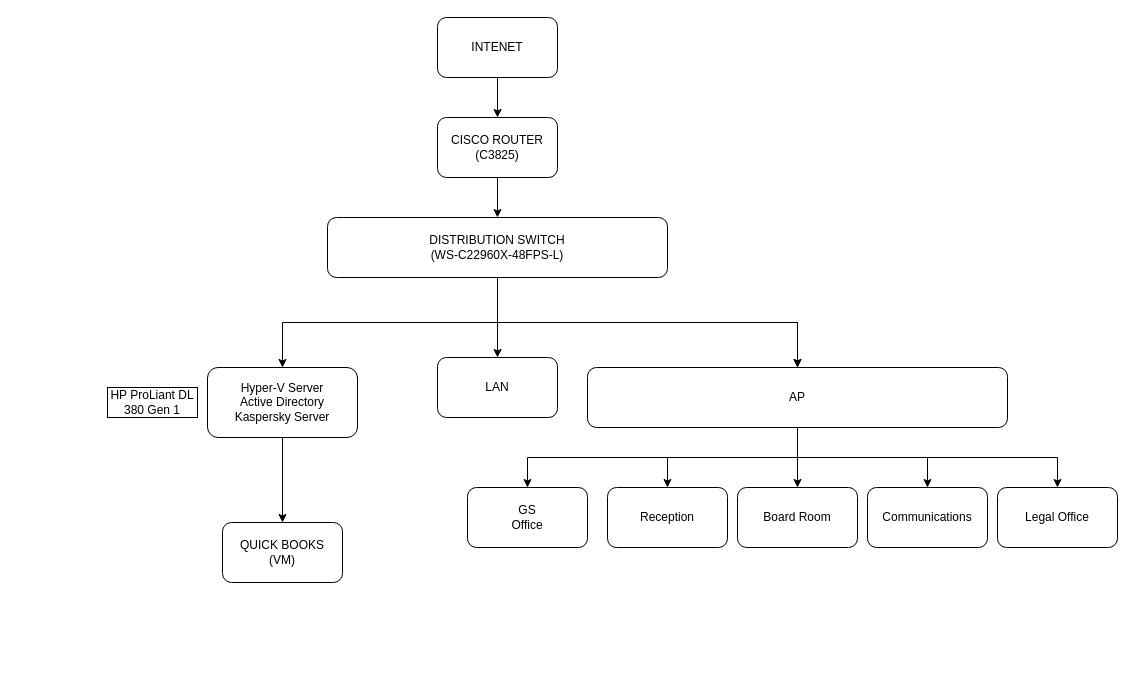
Above: UNATU.drawio in alabyekkubo-ssuubi-brian/Automation-Projects (draw.io), before the change. Source tidied: cells renumbered, new cells numbered last; positions are measured from the earlier drawing's top-left corner, leaving out a move shared by most shapes. Both pictures are drawn from the tidied source at 100%, with x=0, y=0 at pixel (107, 17).
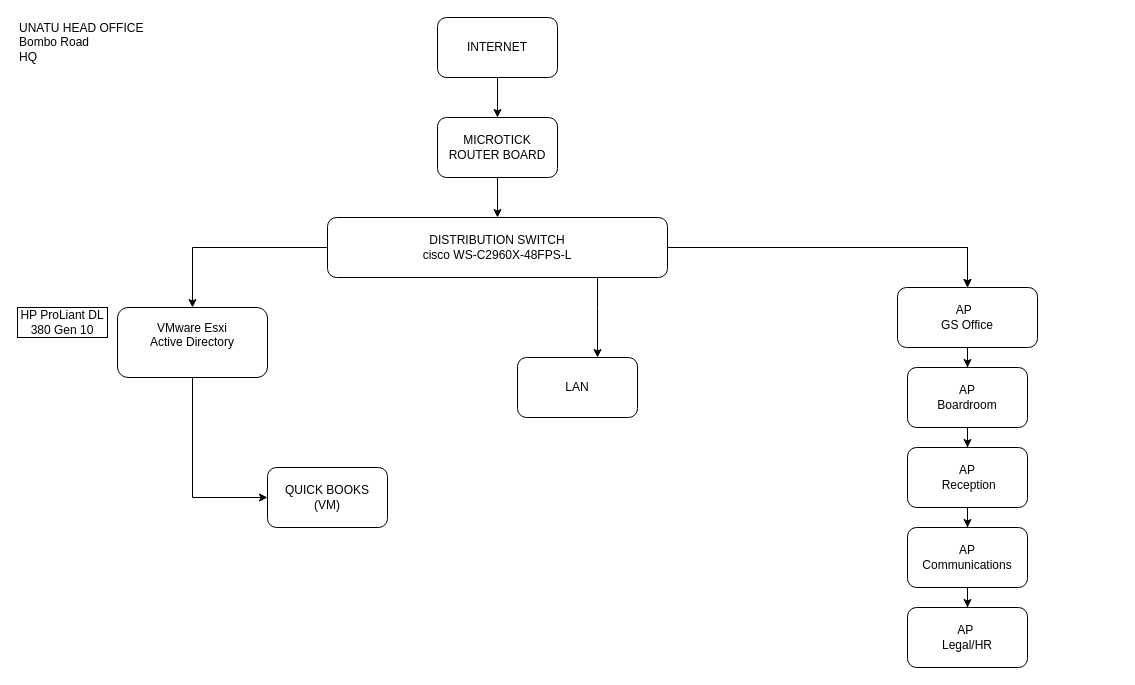
The same diagram, later.

Diff of the diagram source:
```diff
@@
-    <mxCell id="3" value="INTENET" style="rounded=1;whiteSpace=wrap;html=1;shadow=0;fillColor=light-dark(#FFFFFF,#FFFFFF);fontColor=light-dark(#000000,#000000);labelBackgroundColor=light-dark(#FFFFFF,#FFFFFF);strokeColor=light-dark(#000000,#000000);" parent="1" vertex="1">
+    <mxCell id="3" value="INTERNET" style="rounded=1;whiteSpace=wrap;html=1;shadow=0;fillColor=light-dark(#FFFFFF,#FFFFFF);fontColor=light-dark(#000000,#000000);labelBackgroundColor=light-dark(#FFFFFF,#FFFFFF);strokeColor=light-dark(#000000,#000000);" parent="1" vertex="1">
       <mxGeometry x="330" width="120" height="60" as="geometry" />
     </mxCell>
@@
-    <mxCell id="5" value="CISCO ROUTER&lt;div&gt;(C3825)&lt;/div&gt;" style="whiteSpace=wrap;html=1;rounded=1;shadow=0;fontColor=light-dark(#000000,#000000);labelBackgroundColor=light-dark(#FFFFFF,#FFFFFF);strokeColor=light-dark(#000000,#000000);fillColor=light-dark(#FFFFFF,#FFFFFF);" parent="1" vertex="1">
+    <mxCell id="5" value="MICROTICK&lt;div&gt;ROUTER BOARD&lt;/div&gt;" style="whiteSpace=wrap;html=1;rounded=1;shadow=0;fontColor=light-dark(#000000,#000000);labelBackgroundColor=light-dark(#FFFFFF,#FFFFFF);strokeColor=light-dark(#000000,#000000);fillColor=light-dark(#FFFFFF,#FFFFFF);" parent="1" vertex="1">
       <mxGeometry x="330" y="100" width="120" height="60" as="geometry" />
     </mxCell>
@@
-    <mxCell id="9" style="edgeStyle=orthogonalEdgeStyle;rounded=0;jettySize=auto;html=1;shadow=0;fontColor=light-dark(#000000,#000000);labelBackgroundColor=light-dark(#FFFFFF,#FFFFFF);strokeColor=light-dark(#000000,#000000);" parent="1" edge="1" source="10" target="19">
-      <mxGeometry relative="1" as="geometry" />
+    <mxCell id="9" style="edgeStyle=orthogonalEdgeStyle;rounded=0;jettySize=auto;html=1;" parent="1" edge="1" source="10" target="19">
+      <mxGeometry relative="1" as="geometry">
+        <Array as="points">
+          <mxPoint x="490" y="290" />
+          <mxPoint x="490" y="290" />
+        </Array>
+      </mxGeometry>
     </mxCell>
-    <mxCell id="10" value="DISTRIBUTION SWITCH&lt;div&gt;(WS-C22960X-48FPS-L)&lt;/div&gt;" style="whiteSpace=wrap;html=1;rounded=1;shadow=0;fontColor=light-dark(#000000,#000000);labelBackgroundColor=light-dark(#FFFFFF,#FFFFFF);strokeColor=light-dark(#000000,#000000);fillColor=light-dark(#FFFFFF,#FFFFFF);" parent="1" vertex="1">
+    <mxCell id="10" value="DISTRIBUTION SWITCH&lt;div&gt;cisco WS-C2960X-48FPS-L&lt;/div&gt;" style="whiteSpace=wrap;html=1;rounded=1;shadow=0;fontColor=light-dark(#000000,#000000);labelBackgroundColor=light-dark(#FFFFFF,#FFFFFF);strokeColor=light-dark(#000000,#000000);fillColor=light-dark(#FFFFFF,#FFFFFF);" parent="1" vertex="1">
       <mxGeometry x="220" y="200" width="340" height="60" as="geometry" />
     </mxCell>
     <mxCell id="11" style="edgeStyle=orthogonalEdgeStyle;rounded=0;jettySize=auto;html=1;shadow=0;fontColor=light-dark(#000000,#000000);labelBackgroundColor=light-dark(#FFFFFF,#FFFFFF);strokeColor=light-dark(#000000,#000000);" parent="1" edge="1" source="12" target="20">
-      <mxGeometry relative="1" as="geometry" />
+      <mxGeometry relative="1" as="geometry">
+        <Array as="points">
+          <mxPoint x="85" y="480" />
+        </Array>
+      </mxGeometry>
     </mxCell>
-    <mxCell id="12" value="Hyper-V Server&lt;div&gt;Active Directory&lt;/div&gt;&lt;div&gt;Kaspersky Server&lt;/div&gt;" style="whiteSpace=wrap;html=1;rounded=1;shadow=0;fontColor=light-dark(#000000,#000000);labelBackgroundColor=light-dark(#FFFFFF,#FFFFFF);strokeColor=light-dark(#000000,#000000);fillColor=light-dark(#FFFFFF,#FFFFFF);" parent="1" vertex="1">
-      <mxGeometry x="100" y="350" width="150" height="70" as="geometry" />
+    <mxCell id="12" value="VMware Esxi&lt;div&gt;Active Directory&lt;/div&gt;&lt;div&gt;&lt;br&gt;&lt;/div&gt;" style="whiteSpace=wrap;html=1;rounded=1;shadow=0;fontColor=light-dark(#000000,#000000);labelBackgroundColor=light-dark(#FFFFFF,#FFFFFF);strokeColor=light-dark(#000000,#000000);fillColor=light-dark(#FFFFFF,#FFFFFF);" parent="1" vertex="1">
+      <mxGeometry x="10" y="290" width="150" height="70" as="geometry" />
     </mxCell>
-    <mxCell id="13" style="edgeStyle=orthogonalEdgeStyle;rounded=0;jettySize=auto;html=1;shadow=0;fontColor=light-dark(#000000,#000000);labelBackgroundColor=light-dark(#FFFFFF,#FFFFFF);strokeColor=light-dark(#000000,#000000);" parent="1" edge="1" source="18" target="22">
-      <mxGeometry relative="1" as="geometry" />
-    </mxCell>
-    <mxCell id="14" style="edgeStyle=orthogonalEdgeStyle;rounded=0;jettySize=auto;html=1;shadow=0;fontColor=light-dark(#000000,#000000);labelBackgroundColor=light-dark(#FFFFFF,#FFFFFF);strokeColor=light-dark(#000000,#000000);" parent="1" edge="1" source="18" target="23">
-      <mxGeometry relative="1" as="geometry" />
-    </mxCell>
-    <mxCell id="15" style="edgeStyle=orthogonalEdgeStyle;rounded=0;jettySize=auto;html=1;shadow=0;fontColor=light-dark(#000000,#000000);labelBackgroundColor=light-dark(#FFFFFF,#FFFFFF);strokeColor=light-dark(#000000,#000000);" parent="1" edge="1" source="18" target="24">
-      <mxGeometry relative="1" as="geometry" />
-    </mxCell>
-    <mxCell id="16" style="edgeStyle=orthogonalEdgeStyle;rounded=0;jettySize=auto;html=1;shadow=0;fontColor=light-dark(#000000,#000000);labelBackgroundColor=light-dark(#FFFFFF,#FFFFFF);strokeColor=light-dark(#000000,#000000);" parent="1" edge="1" source="18" target="25">
-      <mxGeometry relative="1" as="geometry" />
-    </mxCell>
-    <mxCell id="17" style="edgeStyle=orthogonalEdgeStyle;rounded=0;jettySize=auto;html=1;shadow=0;fontColor=light-dark(#000000,#000000);labelBackgroundColor=light-dark(#FFFFFF,#FFFFFF);strokeColor=light-dark(#000000,#000000);" parent="1" edge="1" source="18" target="26">
-      <mxGeometry relative="1" as="geometry" />
-    </mxCell>
+    <mxCell id="27" style="edgeStyle=orthogonalEdgeStyle;rounded=0;jettySize=auto;html=1;strokeColor=light-dark(#000000,#000000);" parent="1" edge="1" source="18" target="29">
+      <mxGeometry relative="1" as="geometry" />
+    </mxCell>
-    <mxCell id="18" value="AP" style="whiteSpace=wrap;html=1;rounded=1;fillColor=light-dark(#FFFFFF,#FFFFFF);fontColor=light-dark(#000000,#000000);shadow=0;labelBackgroundColor=light-dark(#FFFFFF,#FFFFFF);strokeColor=light-dark(#000000,#000000);" parent="1" vertex="1">
-      <mxGeometry x="480" y="350" width="420" height="60" as="geometry" />
+    <mxCell id="18" value="AP&amp;nbsp;&amp;nbsp;&lt;div&gt;GS Office&lt;/div&gt;" style="whiteSpace=wrap;html=1;rounded=1;fillColor=light-dark(#FFFFFF,#FFFFFF);fontColor=light-dark(#000000,#000000);shadow=0;labelBackgroundColor=light-dark(#FFFFFF,#FFFFFF);strokeColor=light-dark(#000000,#000000);" parent="1" vertex="1">
+      <mxGeometry x="790" y="270" width="140" height="60" as="geometry" />
     </mxCell>
-    <mxCell id="19" value="LAN" style="whiteSpace=wrap;html=1;rounded=1;shadow=0;fontColor=light-dark(#000000,#000000);labelBackgroundColor=light-dark(#FFFFFF,#FFFFFF);strokeColor=light-dark(#000000,#000000);fillColor=light-dark(#FFFFFF,#FFFFFF);" parent="1" vertex="1">
-      <mxGeometry x="330" y="340" width="120" height="60" as="geometry" />
-    </mxCell>
     <mxCell id="20" value="QUICK BOOKS&lt;div&gt;(VM)&lt;/div&gt;" style="whiteSpace=wrap;html=1;rounded=1;shadow=0;fontColor=light-dark(#000000,#000000);labelBackgroundColor=light-dark(#FFFFFF,#FFFFFF);strokeColor=light-dark(#000000,#000000);fillColor=light-dark(#FFFFFF,#FFFFFF);" parent="1" vertex="1">
-      <mxGeometry x="115" y="505" width="120" height="60" as="geometry" />
+      <mxGeometry x="160" y="450" width="120" height="60" as="geometry" />
     </mxCell>
-    <mxCell id="21" value="HP ProLiant DL 380 Gen 1" style="text;html=1;align=center;verticalAlign=middle;whiteSpace=wrap;rounded=0;shadow=0;fontColor=light-dark(#000000,#000000);labelBackgroundColor=light-dark(#FFFFFF,#FFFFFF);strokeColor=light-dark(#000000,#000000);fillColor=light-dark(#FFFFFF,#FFFFFF);" parent="1" vertex="1">
-      <mxGeometry y="370" width="90" height="30" as="geometry" />
+    <mxCell id="21" value="HP ProLiant DL 380 Gen 10" style="text;html=1;align=center;verticalAlign=middle;whiteSpace=wrap;rounded=0;shadow=0;fontColor=light-dark(#000000,#000000);labelBackgroundColor=light-dark(#FFFFFF,#FFFFFF);strokeColor=light-dark(#000000,#000000);fillColor=light-dark(#FFFFFF,#FFFFFF);" parent="1" vertex="1">
+      <mxGeometry x="-90" y="290" width="90" height="30" as="geometry" />
     </mxCell>
-    <mxCell id="22" value="GS&lt;div&gt;Office&lt;/div&gt;" style="whiteSpace=wrap;html=1;rounded=1;shadow=0;fontColor=light-dark(#000000,#000000);labelBackgroundColor=light-dark(#FFFFFF,#FFFFFF);strokeColor=light-dark(#000000,#000000);fillColor=light-dark(#FFFFFF,#FFFFFF);" parent="1" vertex="1">
-      <mxGeometry x="360" y="470" width="120" height="60" as="geometry" />
-    </mxCell>
-    <mxCell id="23" value="Reception" style="whiteSpace=wrap;html=1;rounded=1;shadow=0;fontColor=light-dark(#000000,#000000);labelBackgroundColor=light-dark(#FFFFFF,#FFFFFF);strokeColor=light-dark(#000000,#000000);fillColor=light-dark(#FFFFFF,#FFFFFF);" parent="1" vertex="1">
-      <mxGeometry x="500" y="470" width="120" height="60" as="geometry" />
-    </mxCell>
-    <mxCell id="24" value="Communications" style="whiteSpace=wrap;html=1;rounded=1;shadow=0;fontColor=light-dark(#000000,#000000);labelBackgroundColor=light-dark(#FFFFFF,#FFFFFF);strokeColor=light-dark(#000000,#000000);fillColor=light-dark(#FFFFFF,#FFFFFF);" parent="1" vertex="1">
-      <mxGeometry x="760" y="470" width="120" height="60" as="geometry" />
-    </mxCell>
-    <mxCell id="25" value="Legal Office" style="whiteSpace=wrap;html=1;rounded=1;shadow=0;fontColor=light-dark(#000000,#000000);labelBackgroundColor=light-dark(#FFFFFF,#FFFFFF);strokeColor=light-dark(#000000,#000000);fillColor=light-dark(#FFFFFF,#FFFFFF);" parent="1" vertex="1">
-      <mxGeometry x="890" y="470" width="120" height="60" as="geometry" />
-    </mxCell>
-    <mxCell id="26" value="Board Room" style="whiteSpace=wrap;html=1;rounded=1;shadow=0;fontColor=light-dark(#000000,#000000);labelBackgroundColor=light-dark(#FFFFFF,#FFFFFF);strokeColor=light-dark(#000000,#000000);fillColor=light-dark(#FFFFFF,#FFFFFF);" parent="1" vertex="1">
-      <mxGeometry x="630" y="470" width="120" height="60" as="geometry" />
-    </mxCell>
+    <mxCell id="28" style="edgeStyle=orthogonalEdgeStyle;rounded=0;jettySize=auto;html=1;strokeColor=light-dark(#000000,#000000);" parent="1" edge="1" source="29" target="31">
+      <mxGeometry relative="1" as="geometry" />
+    </mxCell>
+    <mxCell id="29" value="AP&lt;div&gt;Boardroom&lt;/div&gt;" style="whiteSpace=wrap;html=1;fillColor=light-dark(#FFFFFF,#FFFFFF);strokeColor=light-dark(#000000,#000000);fontColor=light-dark(#000000,#000000);rounded=1;shadow=0;labelBackgroundColor=light-dark(#FFFFFF,#FFFFFF);" parent="1" vertex="1">
+      <mxGeometry x="800" y="350" width="120" height="60" as="geometry" />
+    </mxCell>
+    <mxCell id="30" style="edgeStyle=orthogonalEdgeStyle;rounded=0;jettySize=auto;html=1;strokeColor=light-dark(#000000,#000000);" parent="1" edge="1" source="31" target="33">
+      <mxGeometry relative="1" as="geometry" />
+    </mxCell>
+    <mxCell id="31" value="AP&lt;br&gt;&lt;div&gt;&amp;nbsp;Reception&lt;/div&gt;" style="whiteSpace=wrap;html=1;fillColor=light-dark(#FFFFFF,#FFFFFF);strokeColor=light-dark(#000000,#000000);fontColor=light-dark(#000000,#000000);rounded=1;shadow=0;labelBackgroundColor=light-dark(#FFFFFF,#FFFFFF);" parent="1" vertex="1">
+      <mxGeometry x="800" y="430" width="120" height="60" as="geometry" />
+    </mxCell>
+    <mxCell id="32" style="edgeStyle=orthogonalEdgeStyle;rounded=0;jettySize=auto;html=1;strokeColor=light-dark(#000000,#000000);" parent="1" edge="1" source="33" target="34">
+      <mxGeometry relative="1" as="geometry" />
+    </mxCell>
+    <mxCell id="33" value="AP&lt;br&gt;&lt;div&gt;Communications&lt;/div&gt;" style="whiteSpace=wrap;html=1;fillColor=light-dark(#FFFFFF,#FFFFFF);strokeColor=light-dark(#000000,#000000);fontColor=light-dark(#000000,#000000);rounded=1;shadow=0;labelBackgroundColor=light-dark(#FFFFFF,#FFFFFF);" parent="1" vertex="1">
+      <mxGeometry x="800" y="510" width="120" height="60" as="geometry" />
+    </mxCell>
+    <mxCell id="34" value="AP&amp;nbsp;&lt;div&gt;Legal/HR&lt;/div&gt;" style="whiteSpace=wrap;html=1;fillColor=light-dark(#FFFFFF,#FFFFFF);strokeColor=light-dark(#000000,#000000);fontColor=light-dark(#000000,#000000);rounded=1;shadow=0;labelBackgroundColor=light-dark(#FFFFFF,#FFFFFF);" parent="1" vertex="1">
+      <mxGeometry x="800" y="590" width="120" height="60" as="geometry" />
+    </mxCell>
+    <mxCell id="35" value="UNATU HEAD OFFICE&lt;div&gt;Bombo Road&lt;/div&gt;&lt;div style=&quot;&quot;&gt;HQ&lt;/div&gt;" style="rounded=1;whiteSpace=wrap;html=1;fillColor=light-dark(#FFFFFF,#FFFFFF);fontColor=light-dark(#000000,#000000);align=left;strokeColor=none;" parent="1" vertex="1">
+      <mxGeometry x="-90" width="220" height="50" as="geometry" />
+    </mxCell>
+    <mxCell id="19" value="LAN" style="whiteSpace=wrap;html=1;fillColor=light-dark(#FFFFFF,#FFFFFF);strokeColor=light-dark(#000000,#000000);fontColor=light-dark(#000000,#000000);rounded=1;shadow=0;labelBackgroundColor=light-dark(#FFFFFF,#FFFFFF);" parent="1" vertex="1">
+      <mxGeometry x="410" y="340" width="120" height="60" as="geometry" />
+    </mxCell>
```
